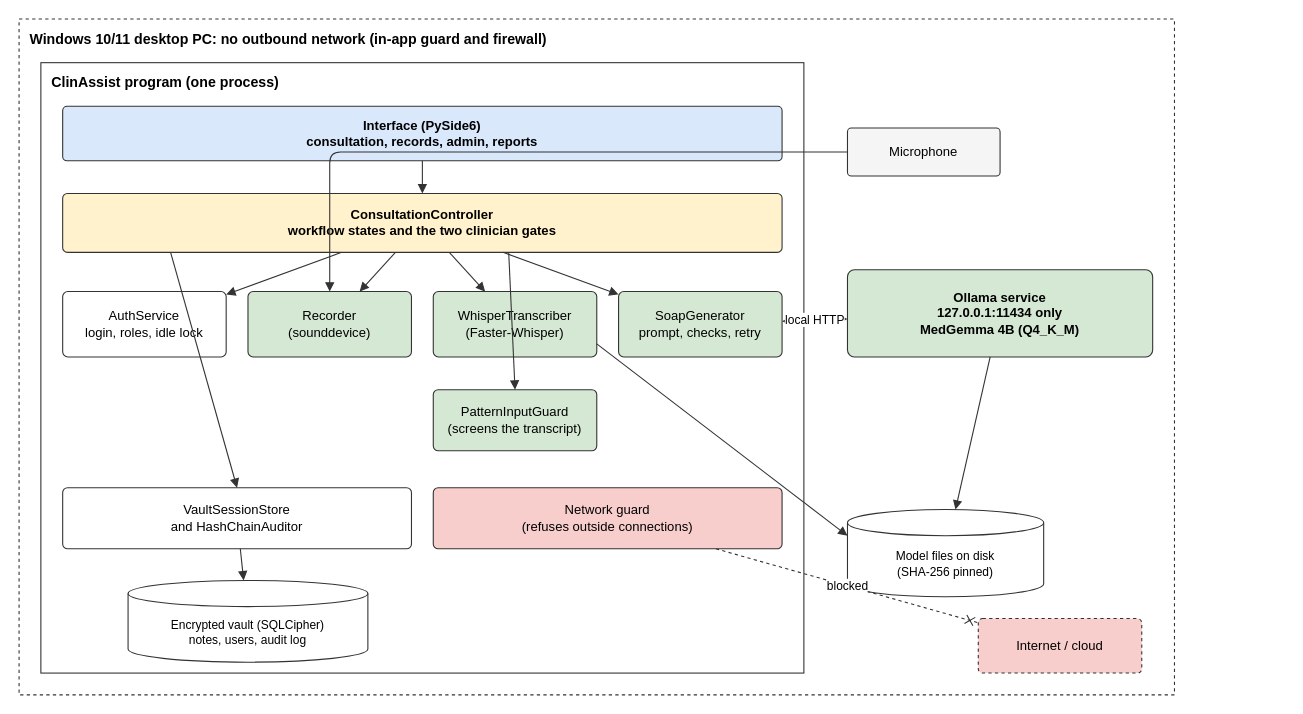
Before: docs/design/fig-3-2-architecture.drawio in kinuthia-mark/Offline-Desktop-Based-Medical-Professional-Clinical-Consultation-Assistant-, a draw.io diagram. Source tidied: cells renumbered, new cells numbered last; positions are measured from the earlier drawing's top-left corner, leaving out a move shared by most shapes. Both pictures are drawn from the tidied source at 109%, with x=0, y=0 at pixel (19, 19).
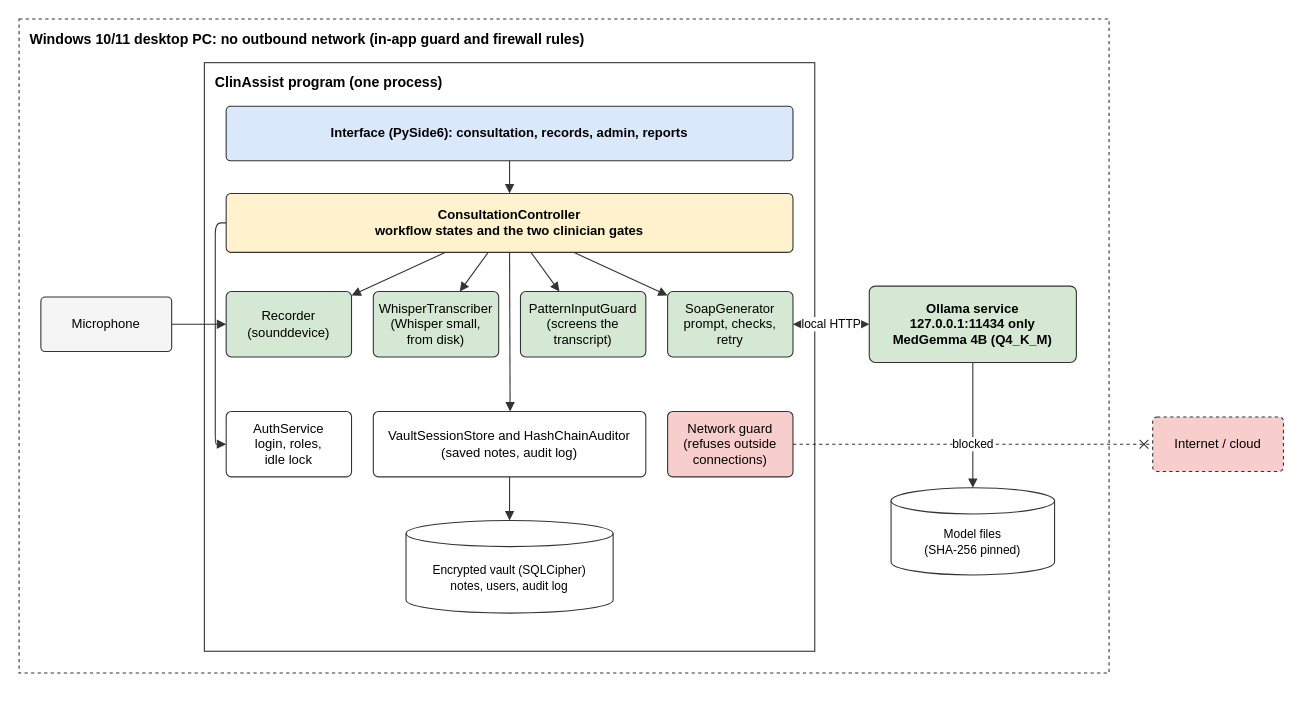
After the change.

Diff of the diagram source:
```diff
@@
-    <mxCell id="2" value="Windows 10/11 desktop PC: no outbound network (in-app guard and firewall)" style="rounded=0;whiteSpace=wrap;html=1;fillColor=none;strokeColor=#333333;dashed=1;verticalAlign=top;align=left;spacingLeft=8;spacingTop=4;fontFamily=Helvetica;fontSize=13;fontStyle=1;" parent="1" vertex="1">
-      <mxGeometry width="1060" height="620" as="geometry" />
+    <mxCell id="2" value="Windows 10/11 desktop PC: no outbound network (in-app guard and firewall rules)" style="rounded=0;whiteSpace=wrap;html=1;fillColor=none;strokeColor=#333333;dashed=1;verticalAlign=top;align=left;spacingLeft=8;spacingTop=4;fontFamily=Helvetica;fontSize=13;fontStyle=1;" parent="1" vertex="1">
+      <mxGeometry width="1000" height="600" as="geometry" />
     </mxCell>
     <mxCell id="3" value="ClinAssist program (one process)" style="rounded=0;whiteSpace=wrap;html=1;fillColor=none;strokeColor=#333333;verticalAlign=top;align=left;spacingLeft=8;spacingTop=4;fontFamily=Helvetica;fontSize=13;fontStyle=1;" parent="1" vertex="1">
-      <mxGeometry x="20" y="40" width="700" height="560" as="geometry" />
+      <mxGeometry x="170" y="40" width="560" height="540" as="geometry" />
     </mxCell>
-    <mxCell id="4" value="Interface (PySide6)&#10;consultation, records, admin, reports" style="rounded=1;whiteSpace=wrap;html=1;fillColor=#dae8fc;strokeColor=#333333;fontFamily=Helvetica;fontSize=12;align=center;verticalAlign=middle;fontStyle=1;arcSize=8;" parent="1" vertex="1">
-      <mxGeometry x="40" y="80" width="660" height="50" as="geometry" />
+    <mxCell id="4" value="Microphone" style="rounded=1;whiteSpace=wrap;html=1;fillColor=#f5f5f5;strokeColor=#333333;fontFamily=Helvetica;fontSize=12;align=center;verticalAlign=middle;arcSize=8;" parent="1" vertex="1">
+      <mxGeometry x="20" y="255" width="120" height="50" as="geometry" />
     </mxCell>
-    <mxCell id="5" value="ConsultationController&#10;workflow states and the two clinician gates" style="rounded=1;whiteSpace=wrap;html=1;fillColor=#fff2cc;strokeColor=#333333;fontFamily=Helvetica;fontSize=12;align=center;verticalAlign=middle;fontStyle=1;arcSize=8;" parent="1" vertex="1">
-      <mxGeometry x="40" y="160" width="660" height="54" as="geometry" />
+    <mxCell id="5" value="Interface (PySide6): consultation, records, admin, reports" style="rounded=1;whiteSpace=wrap;html=1;fillColor=#dae8fc;strokeColor=#333333;fontFamily=Helvetica;fontSize=12;align=center;verticalAlign=middle;fontStyle=1;arcSize=8;" parent="1" vertex="1">
+      <mxGeometry x="190" y="80" width="520" height="50" as="geometry" />
     </mxCell>
-    <mxCell id="6" value="AuthService&#10;login, roles, idle lock" style="rounded=1;whiteSpace=wrap;html=1;fillColor=#ffffff;strokeColor=#333333;fontFamily=Helvetica;fontSize=12;align=center;verticalAlign=middle;arcSize=8;" parent="1" vertex="1">
-      <mxGeometry x="40" y="250" width="150" height="60" as="geometry" />
+    <mxCell id="6" value="ConsultationController&#10;workflow states and the two clinician gates" style="rounded=1;whiteSpace=wrap;html=1;fillColor=#fff2cc;strokeColor=#333333;fontFamily=Helvetica;fontSize=12;align=center;verticalAlign=middle;fontStyle=1;arcSize=8;" parent="1" vertex="1">
+      <mxGeometry x="190" y="160" width="520" height="54" as="geometry" />
     </mxCell>
     <mxCell id="7" value="Recorder&#10;(sounddevice)" style="rounded=1;whiteSpace=wrap;html=1;fillColor=#d5e8d4;strokeColor=#333333;fontFamily=Helvetica;fontSize=12;align=center;verticalAlign=middle;arcSize=8;" parent="1" vertex="1">
-      <mxGeometry x="210" y="250" width="150" height="60" as="geometry" />
+      <mxGeometry x="190" y="250" width="115" height="60" as="geometry" />
     </mxCell>
-    <mxCell id="8" value="WhisperTranscriber&#10;(Faster-Whisper)" style="rounded=1;whiteSpace=wrap;html=1;fillColor=#d5e8d4;strokeColor=#333333;fontFamily=Helvetica;fontSize=12;align=center;verticalAlign=middle;arcSize=8;" parent="1" vertex="1">
-      <mxGeometry x="380" y="250" width="150" height="60" as="geometry" />
+    <mxCell id="8" value="WhisperTranscriber&#10;(Whisper small,&#10;from disk)" style="rounded=1;whiteSpace=wrap;html=1;fillColor=#d5e8d4;strokeColor=#333333;fontFamily=Helvetica;fontSize=12;align=center;verticalAlign=middle;arcSize=8;" parent="1" vertex="1">
+      <mxGeometry x="325" y="250" width="115" height="60" as="geometry" />
     </mxCell>
-    <mxCell id="9" value="SoapGenerator&#10;prompt, checks, retry" style="rounded=1;whiteSpace=wrap;html=1;fillColor=#d5e8d4;strokeColor=#333333;fontFamily=Helvetica;fontSize=12;align=center;verticalAlign=middle;arcSize=8;" parent="1" vertex="1">
-      <mxGeometry x="550" y="250" width="150" height="60" as="geometry" />
+    <mxCell id="9" value="PatternInputGuard&#10;(screens the&#10;transcript)" style="rounded=1;whiteSpace=wrap;html=1;fillColor=#d5e8d4;strokeColor=#333333;fontFamily=Helvetica;fontSize=12;align=center;verticalAlign=middle;arcSize=8;" parent="1" vertex="1">
+      <mxGeometry x="460" y="250" width="115" height="60" as="geometry" />
     </mxCell>
-    <mxCell id="10" value="PatternInputGuard&#10;(screens the transcript)" style="rounded=1;whiteSpace=wrap;html=1;fillColor=#d5e8d4;strokeColor=#333333;fontFamily=Helvetica;fontSize=12;align=center;verticalAlign=middle;arcSize=8;" parent="1" vertex="1">
-      <mxGeometry x="380" y="340" width="150" height="56" as="geometry" />
+    <mxCell id="10" value="SoapGenerator&#10;prompt, checks,&#10;retry" style="rounded=1;whiteSpace=wrap;html=1;fillColor=#d5e8d4;strokeColor=#333333;fontFamily=Helvetica;fontSize=12;align=center;verticalAlign=middle;arcSize=8;" parent="1" vertex="1">
+      <mxGeometry x="595" y="250" width="115" height="60" as="geometry" />
     </mxCell>
-    <mxCell id="11" value="VaultSessionStore&#10;and HashChainAuditor" style="rounded=1;whiteSpace=wrap;html=1;fillColor=#ffffff;strokeColor=#333333;fontFamily=Helvetica;fontSize=12;align=center;verticalAlign=middle;arcSize=8;" parent="1" vertex="1">
-      <mxGeometry x="40" y="430" width="320" height="56" as="geometry" />
+    <mxCell id="11" value="AuthService&#10;login, roles,&#10;idle lock" style="rounded=1;whiteSpace=wrap;html=1;fillColor=#ffffff;strokeColor=#333333;fontFamily=Helvetica;fontSize=12;align=center;verticalAlign=middle;arcSize=8;" parent="1" vertex="1">
+      <mxGeometry x="190" y="360" width="115" height="60" as="geometry" />
     </mxCell>
-    <mxCell id="12" value="Network guard&#10;(refuses outside connections)" style="rounded=1;whiteSpace=wrap;html=1;fillColor=#f8cecc;strokeColor=#333333;fontFamily=Helvetica;fontSize=12;align=center;verticalAlign=middle;arcSize=8;" parent="1" vertex="1">
-      <mxGeometry x="380" y="430" width="320" height="56" as="geometry" />
+    <mxCell id="12" value="VaultSessionStore and HashChainAuditor&#10;(saved notes, audit log)" style="rounded=1;whiteSpace=wrap;html=1;fillColor=#ffffff;strokeColor=#333333;fontFamily=Helvetica;fontSize=12;align=center;verticalAlign=middle;arcSize=8;" parent="1" vertex="1">
+      <mxGeometry x="325" y="360" width="250" height="60" as="geometry" />
     </mxCell>
-    <mxCell id="13" value="Encrypted vault (SQLCipher)&#10;notes, users, audit log" style="shape=cylinder3;whiteSpace=wrap;html=1;boundedLbl=1;size=12;fillColor=#ffffff;strokeColor=#333333;fontFamily=Helvetica;fontSize=11;" parent="1" vertex="1">
-      <mxGeometry x="100" y="515" width="220" height="75" as="geometry" />
+    <mxCell id="13" value="Network guard&#10;(refuses outside&#10;connections)" style="rounded=1;whiteSpace=wrap;html=1;fillColor=#f8cecc;strokeColor=#333333;fontFamily=Helvetica;fontSize=12;align=center;verticalAlign=middle;arcSize=8;" parent="1" vertex="1">
+      <mxGeometry x="595" y="360" width="115" height="60" as="geometry" />
     </mxCell>
-    <mxCell id="14" value="Model files on disk&#10;(SHA-256 pinned)" style="shape=cylinder3;whiteSpace=wrap;html=1;boundedLbl=1;size=12;fillColor=#ffffff;strokeColor=#333333;fontFamily=Helvetica;fontSize=11;" parent="1" vertex="1">
-      <mxGeometry x="760" y="450" width="180" height="80" as="geometry" />
+    <mxCell id="14" value="Encrypted vault (SQLCipher)&#10;notes, users, audit log" style="shape=cylinder3;whiteSpace=wrap;html=1;boundedLbl=1;size=12;fillColor=#ffffff;strokeColor=#333333;fontFamily=Helvetica;fontSize=11;" parent="1" vertex="1">
+      <mxGeometry x="355" y="460" width="190" height="85" as="geometry" />
     </mxCell>
     <mxCell id="15" value="Ollama service&#10;127.0.0.1:11434 only&#10;MedGemma 4B (Q4_K_M)" style="rounded=1;whiteSpace=wrap;html=1;fillColor=#d5e8d4;strokeColor=#333333;fontFamily=Helvetica;fontSize=12;align=center;verticalAlign=middle;fontStyle=1;arcSize=8;" parent="1" vertex="1">
-      <mxGeometry x="760" y="230" width="280" height="80" as="geometry" />
+      <mxGeometry x="780" y="245" width="190" height="70" as="geometry" />
     </mxCell>
-    <mxCell id="16" value="Microphone" style="rounded=1;whiteSpace=wrap;html=1;fillColor=#f5f5f5;strokeColor=#333333;fontFamily=Helvetica;fontSize=12;align=center;verticalAlign=middle;arcSize=8;" parent="1" vertex="1">
-      <mxGeometry x="760" y="100" width="140" height="44" as="geometry" />
+    <mxCell id="16" value="Model files&#10;(SHA-256 pinned)" style="shape=cylinder3;whiteSpace=wrap;html=1;boundedLbl=1;size=12;fillColor=#ffffff;strokeColor=#333333;fontFamily=Helvetica;fontSize=11;" parent="1" vertex="1">
+      <mxGeometry x="800" y="430" width="150" height="80" as="geometry" />
     </mxCell>
-    <mxCell id="17" style="html=1;strokeColor=#333333;fontFamily=Helvetica;fontSize=11;endArrow=block;endFill=1;startArrow=none;startFill=1;labelBackgroundColor=#ffffff;" parent="1" edge="1" source="4" target="5">
-      <mxGeometry relative="1" as="geometry" />
+    <mxCell id="17" value="Internet / cloud" style="rounded=1;whiteSpace=wrap;html=1;fillColor=#f8cecc;strokeColor=#333333;fontFamily=Helvetica;fontSize=12;align=center;verticalAlign=middle;dashed=1;arcSize=8;" parent="1" vertex="1">
+      <mxGeometry x="1040" y="365" width="120" height="50" as="geometry" />
     </mxCell>
@@
-    <mxCell id="19" style="html=1;strokeColor=#333333;fontFamily=Helvetica;fontSize=11;endArrow=block;endFill=1;startArrow=none;startFill=1;labelBackgroundColor=#ffffff;" parent="1" edge="1" source="5" target="7">
+    <mxCell id="19" style="html=1;strokeColor=#333333;fontFamily=Helvetica;fontSize=11;endArrow=block;endFill=1;startArrow=none;startFill=1;labelBackgroundColor=#ffffff;" parent="1" edge="1" source="6" target="7">
       <mxGeometry relative="1" as="geometry" />
     </mxCell>
-    <mxCell id="20" style="html=1;strokeColor=#333333;fontFamily=Helvetica;fontSize=11;endArrow=block;endFill=1;startArrow=none;startFill=1;labelBackgroundColor=#ffffff;" parent="1" edge="1" source="5" target="8">
+    <mxCell id="20" style="html=1;strokeColor=#333333;fontFamily=Helvetica;fontSize=11;endArrow=block;endFill=1;startArrow=none;startFill=1;labelBackgroundColor=#ffffff;" parent="1" edge="1" source="6" target="8">
       <mxGeometry relative="1" as="geometry" />
     </mxCell>
-    <mxCell id="21" style="html=1;strokeColor=#333333;fontFamily=Helvetica;fontSize=11;endArrow=block;endFill=1;startArrow=none;startFill=1;labelBackgroundColor=#ffffff;" parent="1" edge="1" source="5" target="9">
+    <mxCell id="21" style="html=1;strokeColor=#333333;fontFamily=Helvetica;fontSize=11;endArrow=block;endFill=1;startArrow=none;startFill=1;labelBackgroundColor=#ffffff;" parent="1" edge="1" source="6" target="9">
       <mxGeometry relative="1" as="geometry" />
     </mxCell>
-    <mxCell id="22" style="html=1;strokeColor=#333333;fontFamily=Helvetica;fontSize=11;endArrow=block;endFill=1;startArrow=none;startFill=1;labelBackgroundColor=#ffffff;exitX=0.62;exitY=1;exitDx=0;exitDy=0;entryX=0.5;entryY=0;entryDx=0;entryDy=0;" parent="1" edge="1" source="5" target="10">
+    <mxCell id="22" style="html=1;strokeColor=#333333;fontFamily=Helvetica;fontSize=11;endArrow=block;endFill=1;startArrow=none;startFill=1;labelBackgroundColor=#ffffff;" parent="1" edge="1" source="6" target="10">
       <mxGeometry relative="1" as="geometry" />
     </mxCell>
-    <mxCell id="23" style="html=1;strokeColor=#333333;fontFamily=Helvetica;fontSize=11;endArrow=block;endFill=1;startArrow=none;startFill=1;labelBackgroundColor=#ffffff;exitX=0.15;exitY=1;exitDx=0;exitDy=0;entryX=0.5;entryY=0;entryDx=0;entryDy=0;" parent="1" edge="1" source="5" target="11">
+    <mxCell id="23" style="html=1;strokeColor=#333333;fontFamily=Helvetica;fontSize=11;endArrow=block;endFill=1;startArrow=none;startFill=1;labelBackgroundColor=#ffffff;exitX=0.5;exitY=1;exitDx=0;exitDy=0;entryX=0.502;entryY=0;entryDx=0;entryDy=0;" parent="1" edge="1" source="6" target="12">
       <mxGeometry relative="1" as="geometry" />
     </mxCell>
-    <mxCell id="24" style="html=1;strokeColor=#333333;fontFamily=Helvetica;fontSize=11;endArrow=block;endFill=1;startArrow=none;startFill=1;labelBackgroundColor=#ffffff;" parent="1" edge="1" source="11" target="13">
-      <mxGeometry relative="1" as="geometry" />
+    <mxCell id="24" style="html=1;strokeColor=#333333;fontFamily=Helvetica;fontSize=11;endArrow=block;endFill=1;startArrow=none;startFill=1;labelBackgroundColor=#ffffff;exitX=0;exitY=0.5;exitDx=0;exitDy=0;entryX=0;entryY=0.5;entryDx=0;entryDy=0;" parent="1" edge="1" source="6" target="11">
+      <mxGeometry relative="1" as="geometry">
+        <Array as="points">
+          <mxPoint x="180" y="187" />
+          <mxPoint x="180" y="390" />
+        </Array>
+      </mxGeometry>
     </mxCell>
-    <mxCell id="25" value="local HTTP" style="html=1;strokeColor=#333333;fontFamily=Helvetica;fontSize=11;endArrow=block;endFill=1;startArrow=block;startFill=1;labelBackgroundColor=#ffffff;" parent="1" edge="1" source="9" target="15">
+    <mxCell id="25" style="html=1;strokeColor=#333333;fontFamily=Helvetica;fontSize=11;endArrow=block;endFill=1;startArrow=none;startFill=1;labelBackgroundColor=#ffffff;" parent="1" edge="1" source="12" target="14">
       <mxGeometry relative="1" as="geometry" />
     </mxCell>
-    <mxCell id="26" style="html=1;strokeColor=#333333;fontFamily=Helvetica;fontSize=11;endArrow=block;endFill=1;startArrow=none;startFill=1;labelBackgroundColor=#ffffff;" parent="1" edge="1" source="15" target="14">
+    <mxCell id="26" style="html=1;strokeColor=#333333;fontFamily=Helvetica;fontSize=11;endArrow=block;endFill=1;startArrow=none;startFill=1;labelBackgroundColor=#ffffff;" parent="1" edge="1" source="4" target="7">
       <mxGeometry relative="1" as="geometry" />
     </mxCell>
-    <mxCell id="27" style="html=1;strokeColor=#333333;fontFamily=Helvetica;fontSize=11;endArrow=block;endFill=1;startArrow=none;startFill=1;labelBackgroundColor=#ffffff;exitX=1;exitY=0.8;exitDx=0;exitDy=0;entryX=0;entryY=0.3;entryDx=0;entryDy=0;" parent="1" edge="1" source="8" target="14">
+    <mxCell id="27" value="local HTTP" style="html=1;strokeColor=#333333;fontFamily=Helvetica;fontSize=11;endArrow=block;endFill=1;startArrow=block;startFill=1;labelBackgroundColor=#ffffff;" parent="1" edge="1" source="10" target="15">
       <mxGeometry relative="1" as="geometry" />
     </mxCell>
-    <mxCell id="28" style="html=1;strokeColor=#333333;fontFamily=Helvetica;fontSize=11;endArrow=block;endFill=1;startArrow=none;startFill=1;labelBackgroundColor=#ffffff;exitX=0;exitY=0.5;exitDx=0;exitDy=0;entryX=0.5;entryY=0;entryDx=0;entryDy=0;" parent="1" edge="1" source="16" target="7">
-      <mxGeometry relative="1" as="geometry">
-        <Array as="points">
-          <mxPoint x="285" y="122" />
-        </Array>
-      </mxGeometry>
+    <mxCell id="28" style="html=1;strokeColor=#333333;fontFamily=Helvetica;fontSize=11;endArrow=block;endFill=1;startArrow=none;startFill=1;labelBackgroundColor=#ffffff;" parent="1" edge="1" source="15" target="16">
+      <mxGeometry relative="1" as="geometry" />
     </mxCell>
-    <mxCell id="29" value="Internet / cloud" style="rounded=1;whiteSpace=wrap;html=1;fillColor=#f8cecc;strokeColor=#333333;fontFamily=Helvetica;fontSize=12;align=center;verticalAlign=middle;dashed=1;arcSize=8;" parent="1" vertex="1">
-      <mxGeometry x="880" y="550" width="150" height="50" as="geometry" />
+    <mxCell id="29" value="blocked" style="html=1;strokeColor=#333333;fontFamily=Helvetica;fontSize=11;endArrow=cross;endFill=0;startArrow=none;startFill=1;dashed=1;labelBackgroundColor=#ffffff;" parent="1" edge="1" source="13" target="17">
+      <mxGeometry relative="1" as="geometry" />
     </mxCell>
-    <mxCell id="30" value="blocked" style="html=1;strokeColor=#333333;fontFamily=Helvetica;fontSize=11;endArrow=cross;endFill=0;startArrow=none;startFill=1;dashed=1;labelBackgroundColor=#ffffff;" parent="1" edge="1" source="12" target="29">
-      <mxGeometry relative="1" as="geometry" />
-    </mxCell>
```
